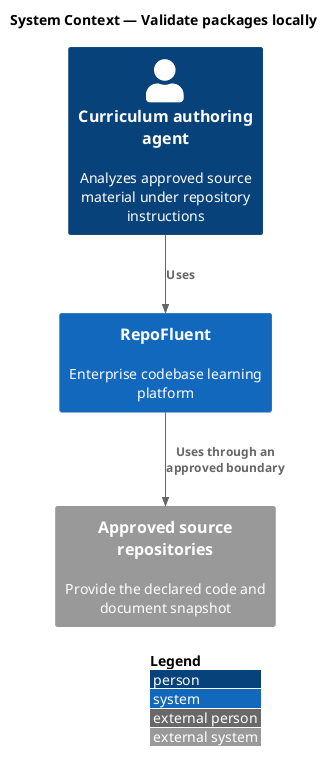
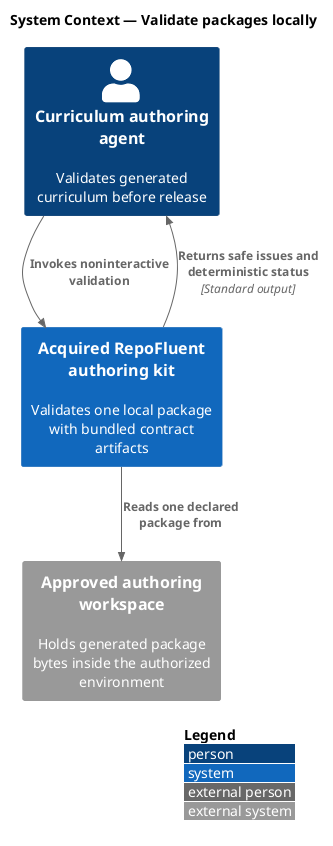
@startuml
!include <C4/C4_Context>
LAYOUT_WITH_LEGEND()
title System Context — Validate packages locally

- Person(actor, "Curriculum authoring agent", "Analyzes approved source material under repository instructions")
- System(repofluent, "RepoFluent", "Enterprise codebase learning platform")
- System_Ext(dependency, "Approved source repositories", "Provide the declared code and document snapshot")
+ Person(agent, "Curriculum authoring agent", "Validates generated curriculum before release")
+ System(kit, "Acquired RepoFluent authoring kit", "Validates one local package with bundled contract artifacts")
+ System_Ext(workspace, "Approved authoring workspace", "Holds generated package bytes inside the authorized environment")

- Rel(actor, repofluent, "Uses")
- Rel(repofluent, dependency, "Uses through an approved boundary")
+ Rel(agent, kit, "Invokes noninteractive validation")
+ Rel(kit, workspace, "Reads one declared package from")
+ Rel(kit, agent, "Returns safe issues and deterministic status", "Standard output")
@enduml
